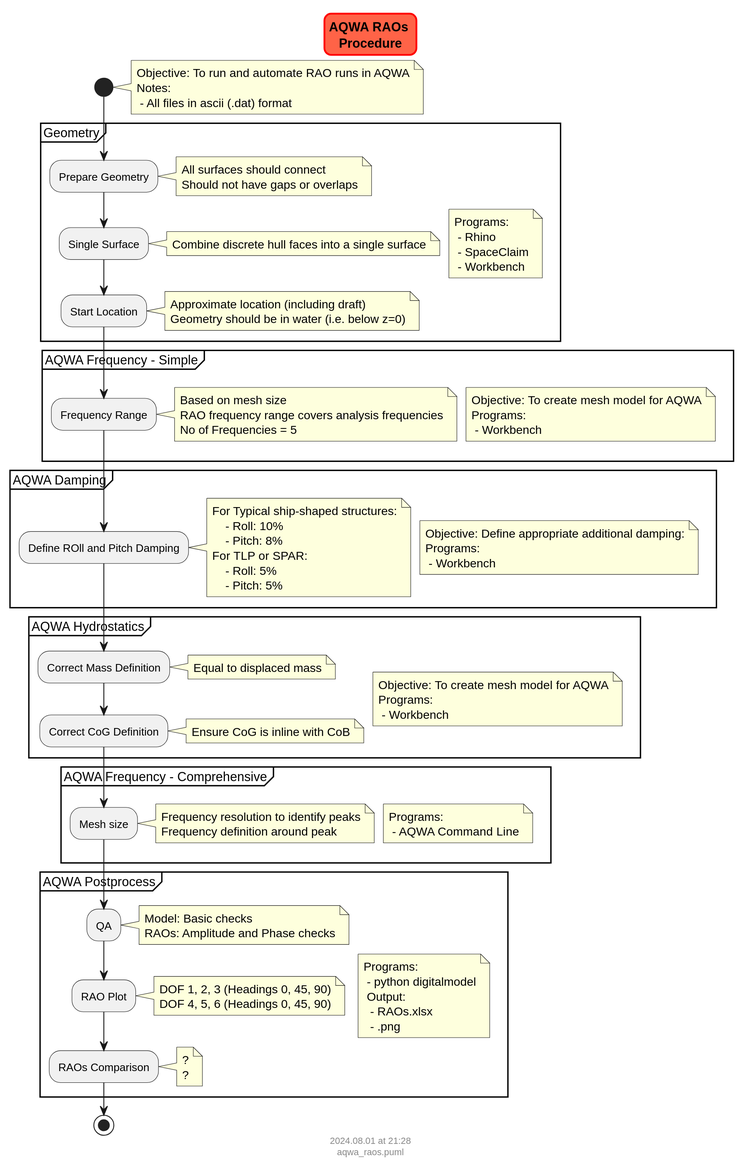
The PlantUML diagram docs/pkg_ansys/aqwa/flowcharts/aqwa_raos.svg in vamseeachanta/digitalmodel, before a commit.
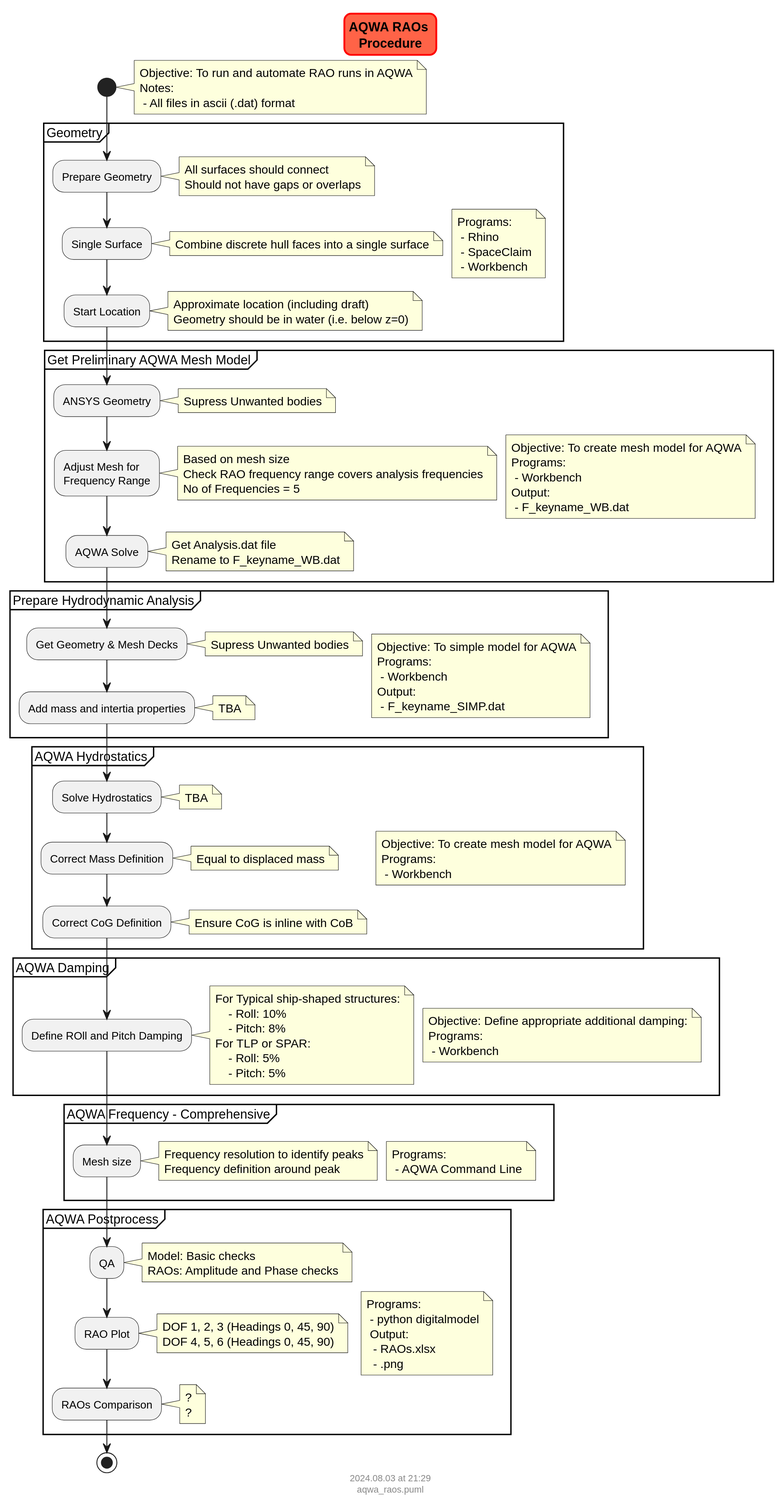
Later version of the same file.

The edit, as a diff of the source:
```diff
@@ -42,22 +42,80 @@
 
     }
 
-    partition "AQWA Frequency - Simple" {
+    partition "Get Preliminary AQWA Mesh Model" {
+            note right
+                Objective: To create mesh model for AQWA
+                Programs:
+                 - Workbench
+                Output:
+                 - F_keyname_WB.dat
+            end note
+
+        :ANSYS Geometry;
+            note right
+                Supress Unwanted bodies
+            end note
+
+        :Adjust Mesh for
+        Frequency Range;
+            note right
+                Based on mesh size
+                Check RAO frequency range covers analysis frequencies
+                No of Frequencies = 5
+            end note
+
+        :AQWA Solve;
+            note right
+                Get Analysis.dat file
+                Rename to F_keyname_WB.dat
+            end note
+
+    }
+
+    partition "Prepare Hydrodynamic Analysis" {
+            note right
+                Objective: To simple model for AQWA
+                Programs:
+                 - Workbench
+                Output:
+                 - F_keyname_SIMP.dat
+            end note
+
+        :Get Geometry & Mesh Decks;
+            note right
+                Supress Unwanted bodies
+            end note
+
+        :Add mass and intertia properties;
+            note right
+                TBA
+            end note
+
+    }
+
+    partition "AQWA Hydrostatics" {
             note right
                 Objective: To create mesh model for AQWA
                 Programs:
                  - Workbench
             end note
 
-        :Frequency Range;
+        :Solve Hydrostatics;
             note right
-                Based on mesh size
-                RAO frequency range covers analysis frequencies
-                No of Frequencies = 5
+                TBA
+            end note
+
+        :Correct Mass Definition;
+            note right
+                Equal to displaced mass
+            end note
+
+        :Correct CoG Definition;
+            note right
+                Ensure CoG is inline with CoB
             end note
 
     }
-
     partition "AQWA Damping" {
             note right
                 Objective: Define appropriate additional damping:
@@ -77,24 +135,7 @@
 
     }
 
-    partition "AQWA Hydrostatics" {
-            note right
-                Objective: To create mesh model for AQWA
-                Programs:
-                 - Workbench
-            end note
 
-        :Correct Mass Definition;
-            note right
-                Equal to displaced mass
-            end note
-
-        :Correct CoG Definition;
-            note right
-                Ensure CoG is inline with CoB
-            end note
-
-    }
 
     partition "AQWA Frequency - Comprehensive" {
             note right
```
